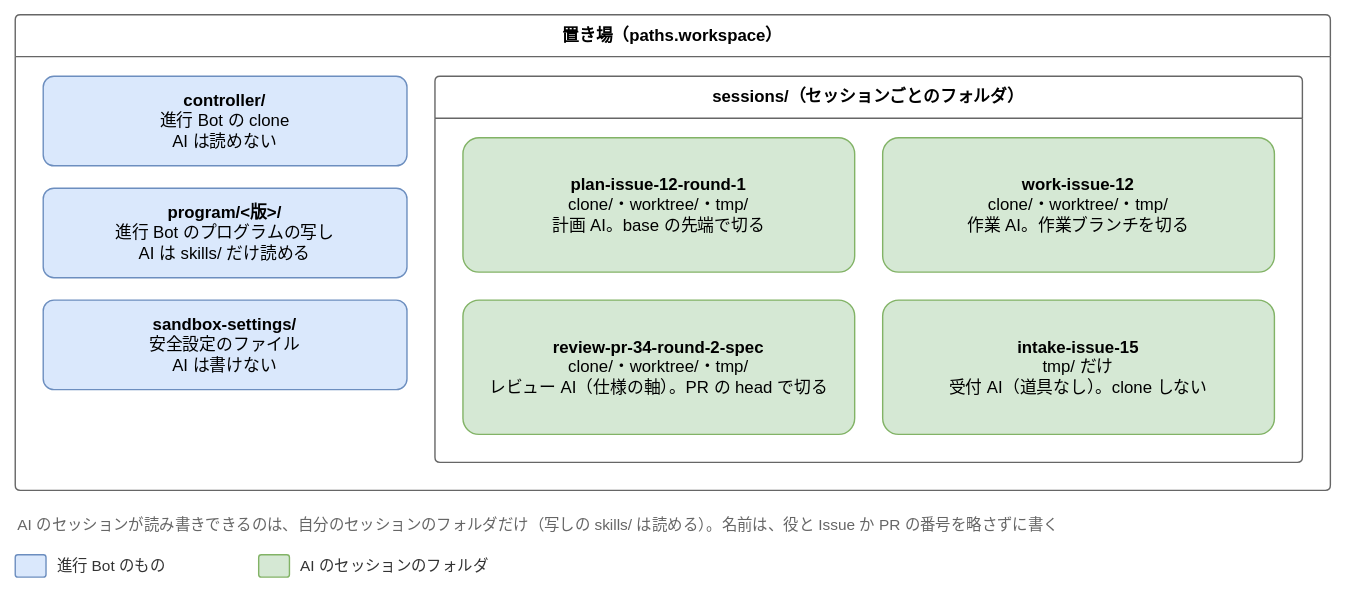
This is docs/design/basic/diagrams/03-roles-and-workspaces.drawio.svg from Joymerrevent/dev-autopilot, a draw.io export, as it was before one commit. Source tidied: cells renumbered, new cells last; positions are measured from the earlier drawing's top-left corner, leaving out a move shared by most shapes.
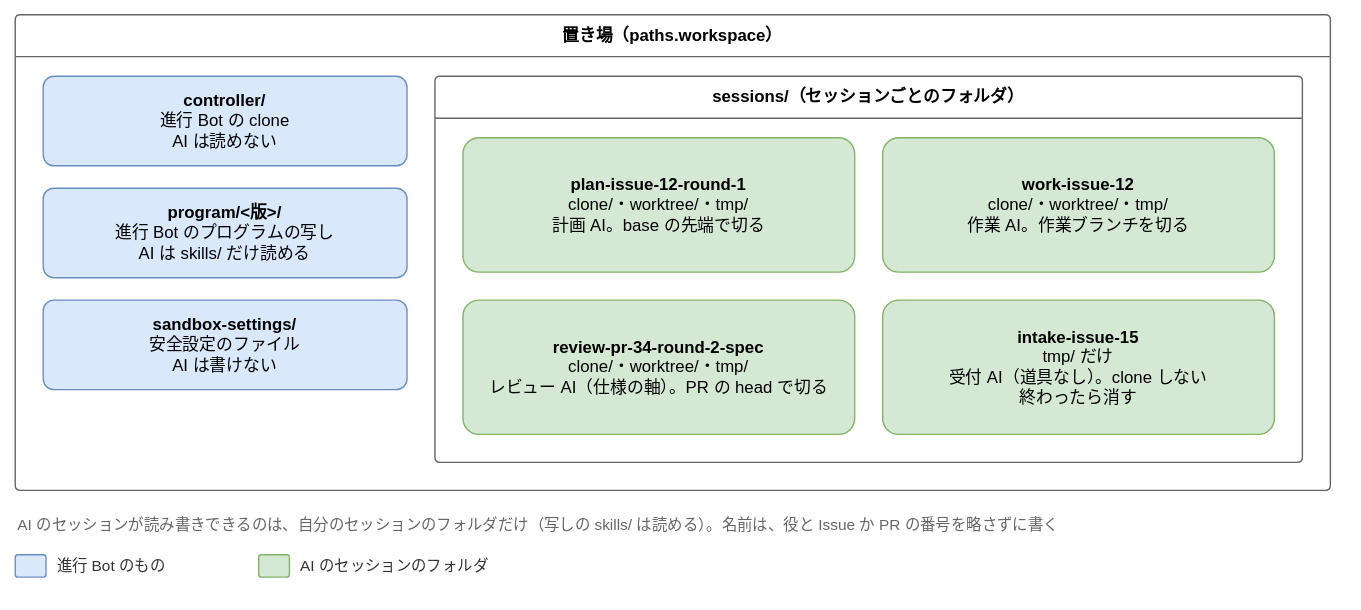
The same diagram one commit later.

The edit, as a diff of the source:
```diff
@@ -26,7 +26,7 @@
     <mxCell id="9" value="&lt;b&gt;review-pr-34-round-2-spec&lt;/b&gt;&lt;br&gt;clone/・worktree/・tmp/&lt;br&gt;レビュー AI（仕様の軸）。PR の head で切る" style="rounded=1;whiteSpace=wrap;html=1;fontSize=12;arcSize=12;spacing=12;fillColor=#d5e8d4;strokeColor=#82b366;" parent="6" vertex="1">
       <mxGeometry x="20" y="160" width="280" height="96" as="geometry" />
     </mxCell>
-    <mxCell id="10" value="&lt;b&gt;intake-issue-15&lt;/b&gt;&lt;br&gt;tmp/ だけ&lt;br&gt;受付 AI（道具なし）。clone しない" style="rounded=1;whiteSpace=wrap;html=1;fontSize=12;arcSize=12;spacing=12;fillColor=#d5e8d4;strokeColor=#82b366;" parent="6" vertex="1">
+    <mxCell id="10" value="&lt;b&gt;intake-issue-15&lt;/b&gt;&lt;br&gt;tmp/ だけ&lt;br&gt;受付 AI（道具なし）。clone しない&lt;br&gt;終わったら消す" style="rounded=1;whiteSpace=wrap;html=1;fontSize=12;arcSize=12;spacing=12;fillColor=#d5e8d4;strokeColor=#82b366;" parent="6" vertex="1">
       <mxGeometry x="320" y="160" width="280" height="96" as="geometry" />
     </mxCell>
     <mxCell id="11" value="AI のセッションが読み書きできるのは、自分のセッションのフォルダだけ（写しの skills/ は読める）。名前は、役と Issue か PR の番号を略さずに書く" style="text;html=1;whiteSpace=wrap;align=left;verticalAlign=top;fontSize=11;fontColor=#666666;" parent="1" vertex="1">
```
